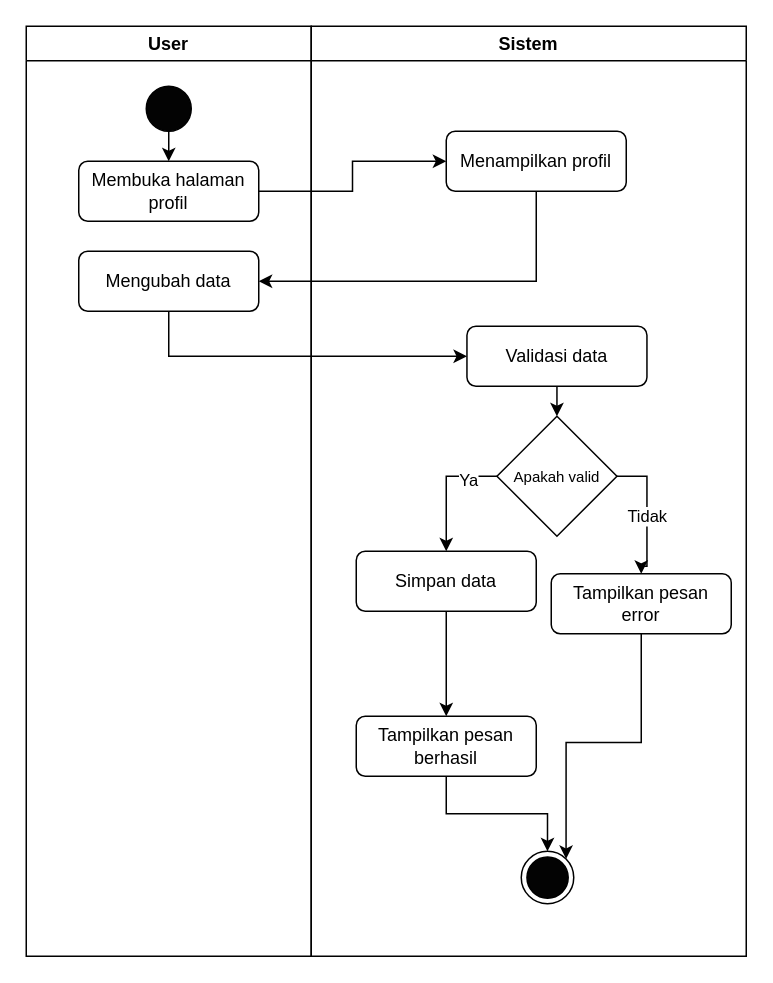
Before: Admin banner.drawio in rizalpahlevii/activity-diagram, a draw.io diagram. Source tidied: cells renumbered, new cells numbered last; positions are measured from the earlier drawing's top-left corner, leaving out a move shared by most shapes. Both pictures are drawn from the tidied source at 150%, with x=0, y=0 at pixel (26, 26).
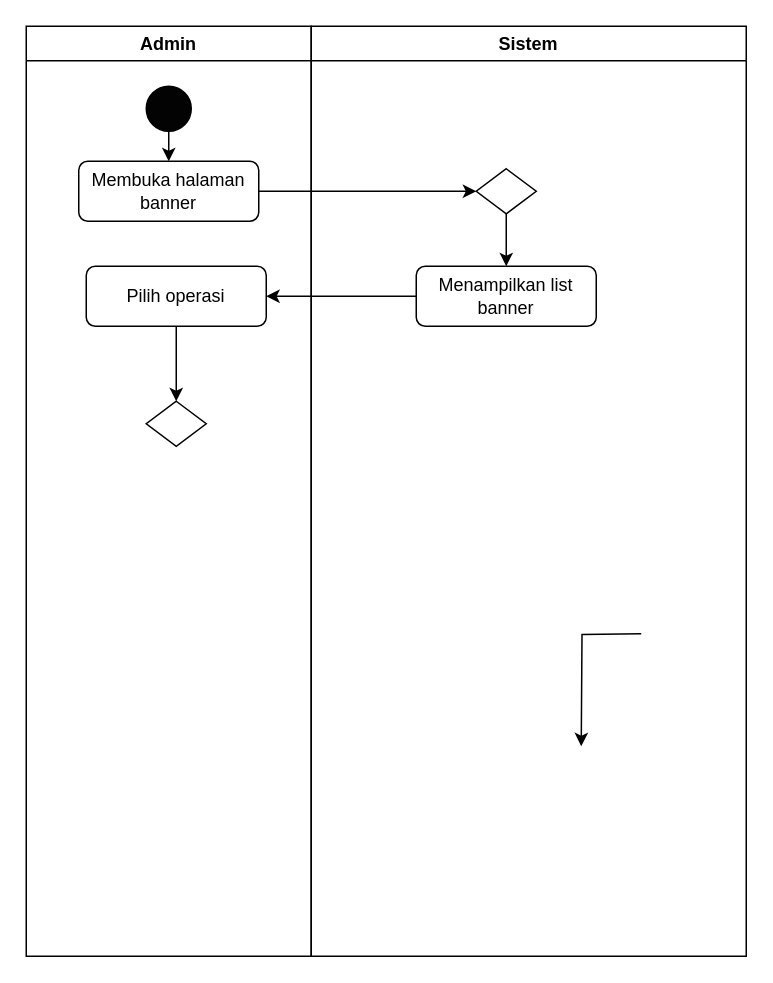
After the change.

Unchanged cells that the change refers to:
```xml
<mxCell id="7" value="Sistem" style="swimlane;whiteSpace=wrap;html=1;" parent="1" vertex="1">
  <mxGeometry x="190" width="290" height="620" as="geometry" />
</mxCell>
```

Change to the diagram source:
```diff
@@
-    <mxCell id="2" value="User" style="swimlane;whiteSpace=wrap;html=1;" parent="1" vertex="1">
+    <mxCell id="2" value="Admin" style="swimlane;whiteSpace=wrap;html=1;" parent="1" vertex="1">
       <mxGeometry width="190" height="620" as="geometry" />
     </mxCell>
@@
-    <mxCell id="5" value="Membuka halaman profil" style="rounded=1;whiteSpace=wrap;html=1;" parent="2" vertex="1">
+    <mxCell id="5" value="Membuka halaman banner" style="rounded=1;whiteSpace=wrap;html=1;" parent="2" vertex="1">
       <mxGeometry x="35" y="90" width="120" height="40" as="geometry" />
     </mxCell>
-    <mxCell id="6" value="Mengubah data" style="rounded=1;whiteSpace=wrap;html=1;" parent="2" vertex="1">
-      <mxGeometry x="35" y="150" width="120" height="40" as="geometry" />
-    </mxCell>
+    <mxCell id="28" style="edgeStyle=orthogonalEdgeStyle;rounded=0;jettySize=auto;html=1;exitX=0.5;exitY=1;exitDx=0;exitDy=0;entryX=0.5;entryY=0;entryDx=0;entryDy=0;" parent="2" edge="1" source="29" target="30">
+      <mxGeometry relative="1" as="geometry" />
+    </mxCell>
+    <mxCell id="29" value="Pilih operasi" style="rounded=1;whiteSpace=wrap;html=1;" parent="2" vertex="1">
+      <mxGeometry x="40" y="160" width="120" height="40" as="geometry" />
+    </mxCell>
+    <mxCell id="30" style="rhombus;whiteSpace=wrap;html=1;" parent="2" vertex="1">
+      <mxGeometry x="80" y="250" width="40" height="30" as="geometry" />
+    </mxCell>
@@
-    <mxCell id="8" value="Menampilkan profil" style="rounded=1;whiteSpace=wrap;html=1;" parent="7" vertex="1">
-      <mxGeometry x="90" y="70" width="120" height="40" as="geometry" />
-    </mxCell>
-    <mxCell id="9" style="edgeStyle=orthogonalEdgeStyle;rounded=0;jettySize=auto;html=1;exitX=0.5;exitY=1;exitDx=0;exitDy=0;entryX=0.5;entryY=0;entryDx=0;entryDy=0;" parent="7" edge="1" source="10" target="15">
-      <mxGeometry relative="1" as="geometry" />
+    <mxCell id="9" style="edgeStyle=orthogonalEdgeStyle;rounded=0;orthogonalLoop=1;jettySize=auto;html=1;exitX=0.5;exitY=1;exitDx=0;exitDy=0;entryX=0.5;entryY=0;entryDx=0;entryDy=0;" parent="7" edge="1">
+      <mxGeometry relative="1" as="geometry">
+        <mxPoint x="163.8" y="240" as="sourcePoint" />
+      </mxGeometry>
     </mxCell>
-    <mxCell id="10" value="Validasi data" style="rounded=1;whiteSpace=wrap;html=1;" parent="7" vertex="1">
-      <mxGeometry x="103.8" y="200" width="120" height="40" as="geometry" />
-    </mxCell>
-    <mxCell id="11" style="edgeStyle=orthogonalEdgeStyle;rounded=0;jettySize=auto;html=1;exitX=0;exitY=0.5;exitDx=0;exitDy=0;entryX=0.5;entryY=0;entryDx=0;entryDy=0;" parent="7" edge="1" source="15" target="24">
-      <mxGeometry relative="1" as="geometry" />
+    <mxCell id="11" style="edgeStyle=orthogonalEdgeStyle;rounded=0;orthogonalLoop=1;jettySize=auto;html=1;exitX=0;exitY=0.5;exitDx=0;exitDy=0;entryX=0.5;entryY=0;entryDx=0;entryDy=0;" parent="7" edge="1">
+      <mxGeometry relative="1" as="geometry">
+        <mxPoint x="123.8" y="300" as="sourcePoint" />
+      </mxGeometry>
     </mxCell>
@@
-    <mxCell id="13" style="edgeStyle=orthogonalEdgeStyle;rounded=0;jettySize=auto;html=1;exitX=1;exitY=0.5;exitDx=0;exitDy=0;" parent="7" edge="1" source="15" target="19">
-      <mxGeometry relative="1" as="geometry" />
+    <mxCell id="13" style="edgeStyle=orthogonalEdgeStyle;rounded=0;orthogonalLoop=1;jettySize=auto;html=1;exitX=1;exitY=0.5;exitDx=0;exitDy=0;" parent="7" edge="1">
+      <mxGeometry relative="1" as="geometry">
+        <mxPoint x="203.8" y="300" as="sourcePoint" />
+      </mxGeometry>
     </mxCell>
@@
-    <mxCell id="15" value="&lt;font style=&quot;font-size: 10px;&quot;&gt;Apakah valid&lt;/font&gt;" style="rhombus;whiteSpace=wrap;html=1;" parent="7" vertex="1">
-      <mxGeometry x="123.8" y="260" width="80" height="80" as="geometry" />
-    </mxCell>
-    <mxCell id="16" style="edgeStyle=orthogonalEdgeStyle;rounded=0;jettySize=auto;html=1;exitX=0.5;exitY=1;exitDx=0;exitDy=0;" parent="7" edge="1" source="17" target="21">
-      <mxGeometry relative="1" as="geometry" />
+    <mxCell id="16" style="edgeStyle=orthogonalEdgeStyle;rounded=0;orthogonalLoop=1;jettySize=auto;html=1;exitX=0.5;exitY=1;exitDx=0;exitDy=0;" parent="7" edge="1">
+      <mxGeometry relative="1" as="geometry">
+        <mxPoint x="90" y="500" as="sourcePoint" />
+      </mxGeometry>
     </mxCell>
-    <mxCell id="17" value="Tampilkan pesan berhasil" style="rounded=1;whiteSpace=wrap;html=1;" parent="7" vertex="1">
-      <mxGeometry x="30" y="460" width="120" height="40" as="geometry" />
-    </mxCell>
-    <mxCell id="18" style="edgeStyle=orthogonalEdgeStyle;rounded=0;jettySize=auto;html=1;exitX=0.5;exitY=1;exitDx=0;exitDy=0;entryX=1;entryY=0;entryDx=0;entryDy=0;" parent="7" edge="1" source="19" target="21">
-      <mxGeometry relative="1" as="geometry" />
+    <mxCell id="18" style="edgeStyle=orthogonalEdgeStyle;rounded=0;orthogonalLoop=1;jettySize=auto;html=1;exitX=0.5;exitY=1;exitDx=0;exitDy=0;entryX=1;entryY=0;entryDx=0;entryDy=0;" parent="7" edge="1">
+      <mxGeometry relative="1" as="geometry">
+        <mxPoint x="220" y="405" as="sourcePoint" />
+        <mxPoint x="180" y="480" as="targetPoint" />
+      </mxGeometry>
     </mxCell>
-    <mxCell id="19" value="Tampilkan pesan error" style="rounded=1;whiteSpace=wrap;html=1;" parent="7" vertex="1">
-      <mxGeometry x="160" y="365" width="120" height="40" as="geometry" />
-    </mxCell>
-    <mxCell id="20" style="group;" parent="7" vertex="1">
-      <mxGeometry x="140" y="550" width="35" height="35" as="geometry" />
-    </mxCell>
-    <mxCell id="21" style="ellipse;whiteSpace=wrap;html=1;gradientColor=none;strokeColor=default;strokeWidth=1;" parent="20" vertex="1">
-      <mxGeometry width="35" height="35" as="geometry" />
-    </mxCell>
-    <mxCell id="22" style="ellipse;whiteSpace=wrap;html=1;fillColor=#030303;" parent="20" vertex="1">
-      <mxGeometry x="3.8" y="3.8" width="27.5" height="27.5" as="geometry" />
-    </mxCell>
-    <mxCell id="23" style="edgeStyle=orthogonalEdgeStyle;rounded=0;jettySize=auto;html=1;exitX=0.5;exitY=1;exitDx=0;exitDy=0;" parent="7" edge="1" source="24" target="17">
-      <mxGeometry relative="1" as="geometry" />
+    <mxCell id="23" style="edgeStyle=orthogonalEdgeStyle;rounded=0;orthogonalLoop=1;jettySize=auto;html=1;exitX=0.5;exitY=1;exitDx=0;exitDy=0;" parent="7" edge="1">
+      <mxGeometry relative="1" as="geometry">
+        <mxPoint x="90" y="390" as="sourcePoint" />
+      </mxGeometry>
     </mxCell>
-    <mxCell id="24" value="Simpan data" style="rounded=1;whiteSpace=wrap;html=1;" parent="7" vertex="1">
-      <mxGeometry x="30" y="350" width="120" height="40" as="geometry" />
-    </mxCell>
+    <mxCell id="31" style="edgeStyle=orthogonalEdgeStyle;rounded=0;jettySize=auto;html=1;exitX=0.5;exitY=1;exitDx=0;exitDy=0;" parent="7" edge="1" source="32" target="33">
+      <mxGeometry relative="1" as="geometry" />
+    </mxCell>
+    <mxCell id="32" style="rhombus;whiteSpace=wrap;html=1;" parent="7" vertex="1">
+      <mxGeometry x="110" y="95" width="40" height="30" as="geometry" />
+    </mxCell>
+    <mxCell id="33" value="Menampilkan list banner" style="rounded=1;whiteSpace=wrap;html=1;" parent="7" vertex="1">
+      <mxGeometry x="70" y="160" width="120" height="40" as="geometry" />
+    </mxCell>
-    <mxCell id="25" style="edgeStyle=orthogonalEdgeStyle;rounded=0;jettySize=auto;html=1;exitX=1;exitY=0.5;exitDx=0;exitDy=0;entryX=0;entryY=0.5;entryDx=0;entryDy=0;" parent="1" edge="1" source="5" target="8">
+    <mxCell id="25" style="edgeStyle=orthogonalEdgeStyle;rounded=0;jettySize=auto;html=1;exitX=1;exitY=0.5;exitDx=0;exitDy=0;entryX=0;entryY=0.5;entryDx=0;entryDy=0;" parent="1" edge="1" source="5" target="32">
       <mxGeometry relative="1" as="geometry" />
     </mxCell>
-    <mxCell id="26" style="edgeStyle=orthogonalEdgeStyle;rounded=0;jettySize=auto;html=1;exitX=0.5;exitY=1;exitDx=0;exitDy=0;entryX=1;entryY=0.5;entryDx=0;entryDy=0;" parent="1" edge="1" source="8" target="6">
-      <mxGeometry relative="1" as="geometry" />
-    </mxCell>
-    <mxCell id="27" style="edgeStyle=orthogonalEdgeStyle;rounded=0;jettySize=auto;html=1;exitX=0.5;exitY=1;exitDx=0;exitDy=0;entryX=0;entryY=0.5;entryDx=0;entryDy=0;" parent="1" edge="1" source="6" target="10">
-      <mxGeometry relative="1" as="geometry" />
+    <mxCell id="27" style="edgeStyle=orthogonalEdgeStyle;rounded=0;orthogonalLoop=1;jettySize=auto;html=1;exitX=0.5;exitY=1;exitDx=0;exitDy=0;entryX=0;entryY=0.5;entryDx=0;entryDy=0;" parent="1" edge="1">
+      <mxGeometry relative="1" as="geometry">
+        <mxPoint x="95" y="190" as="sourcePoint" />
+      </mxGeometry>
     </mxCell>
+    <mxCell id="34" style="edgeStyle=orthogonalEdgeStyle;rounded=0;jettySize=auto;html=1;exitX=0;exitY=0.5;exitDx=0;exitDy=0;" parent="1" edge="1" source="33" target="29">
+      <mxGeometry relative="1" as="geometry" />
+    </mxCell>
```
